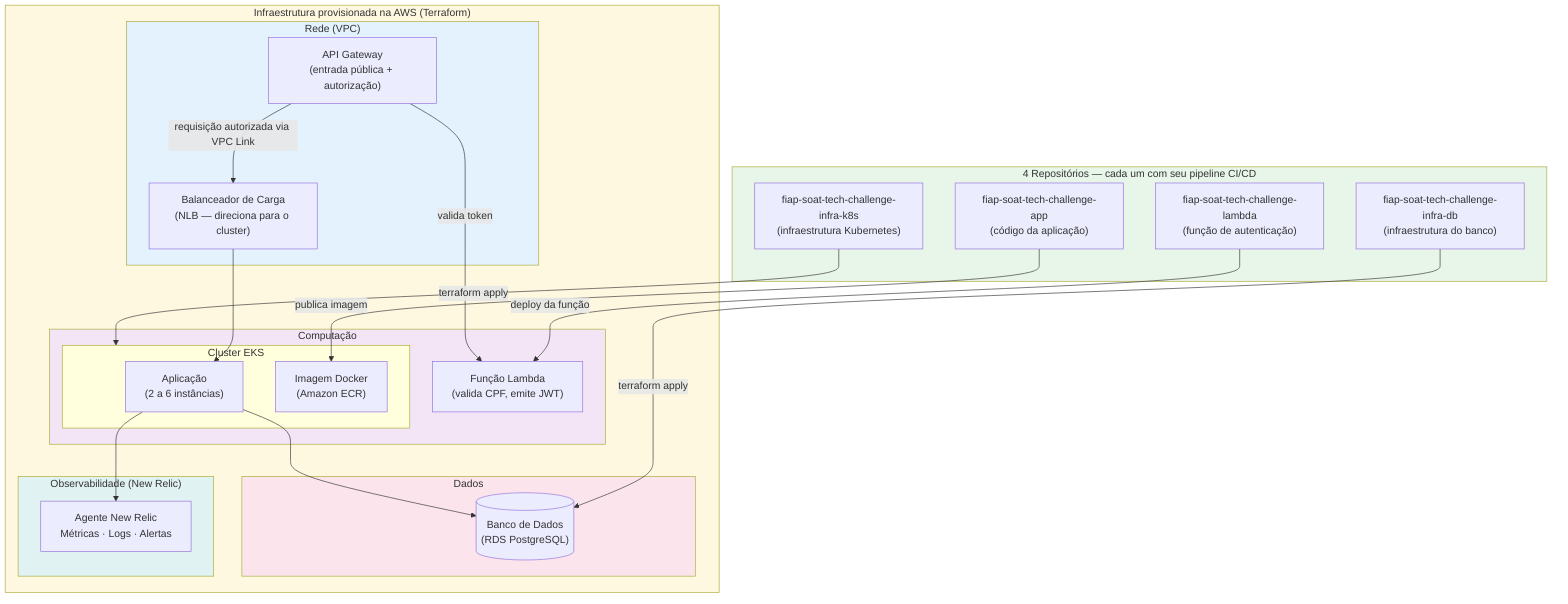
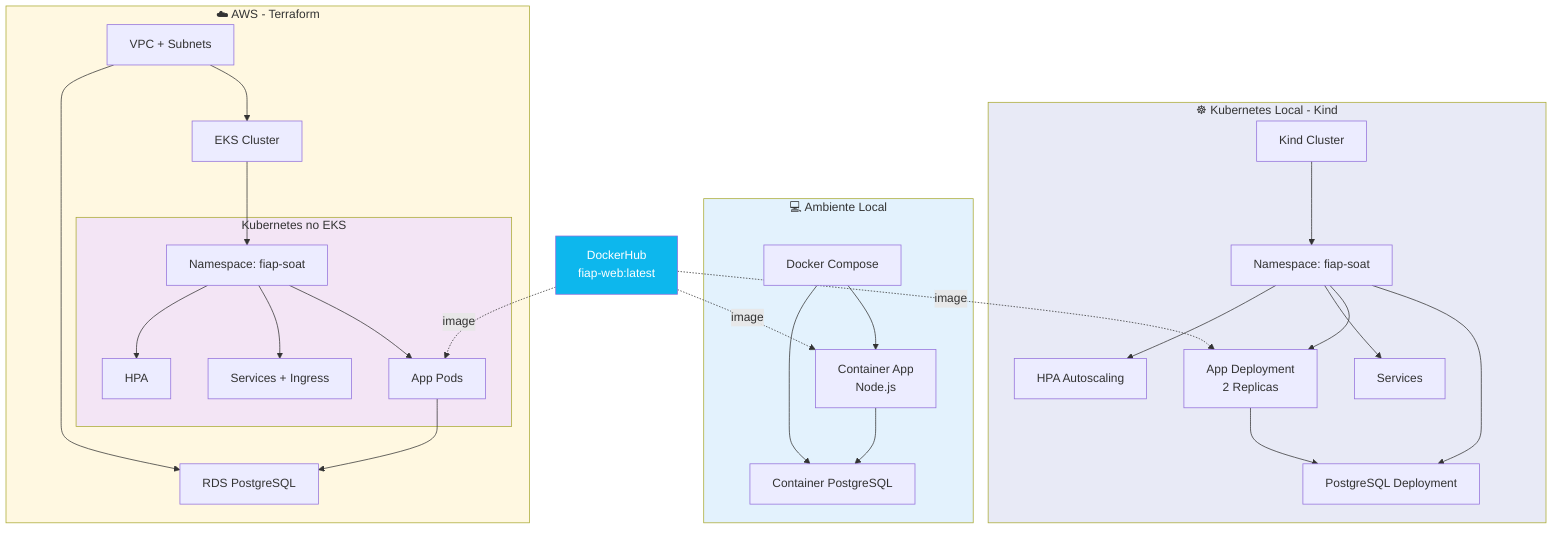
flowchart TB
-     subgraph Repos["4 Repositórios — cada um com seu pipeline CI/CD"]
-         REPO_APP["fiap-soat-tech-challenge-app\n(código da aplicação)"]
-         REPO_LAMBDA["fiap-soat-tech-challenge-lambda\n(função de autenticação)"]
-         REPO_K8S["fiap-soat-tech-challenge-infra-k8s\n(infraestrutura Kubernetes)"]
-         REPO_DB["fiap-soat-tech-challenge-infra-db\n(infraestrutura do banco)"]
+     subgraph Local["💻 Ambiente Local"]
+         DC[Docker Compose]
+         APP_C[Container App<br/>Node.js]
+         PG_C[Container PostgreSQL]
+ 
+         DC --> APP_C & PG_C
+         APP_C --> PG_C
    end

-     subgraph AWS["Infraestrutura provisionada na AWS (Terraform)"]
-         subgraph Rede["Rede (VPC)"]
-             APIGW["API Gateway\n(entrada pública + autorização)"]
-             NLB["Balanceador de Carga\n(NLB — direciona para o cluster)"]
+     subgraph Kind["☸️ Kubernetes Local - Kind"]
+         K_CLUSTER[Kind Cluster]
+         K_NS[Namespace: fiap-soat]
+         K_PG[PostgreSQL Deployment]
+         K_APP[App Deployment<br/>2 Replicas]
+         K_SVC[Services]
+         K_HPA[HPA Autoscaling]
+ 
+         K_CLUSTER --> K_NS
+         K_NS --> K_PG & K_APP
+         K_NS --> K_SVC & K_HPA
+         K_APP --> K_PG
+     end
+ 
+     subgraph AWS["☁️ AWS - Terraform"]
+         VPC[VPC + Subnets]
+         EKS[EKS Cluster]
+         RDS[RDS PostgreSQL]
+ 
+         subgraph K8s_AWS["Kubernetes no EKS"]
+             AWS_NS[Namespace: fiap-soat]
+             AWS_APP[App Pods]
+             AWS_SVC[Services + Ingress]
+             AWS_HPA[HPA]
        end

-         subgraph Computacao["Computação"]
-             LAMBDA_FN["Função Lambda\n(valida CPF, emite JWT)"]
-             subgraph EKS["Cluster EKS"]
-                 PODS["Aplicação\n(2 a 6 instâncias)"]
-                 ECR_IMG["Imagem Docker\n(Amazon ECR)"]
-             end
-         end
- 
-         subgraph Dados["Dados"]
-             RDS[("Banco de Dados\n(RDS PostgreSQL)")]
-         end
- 
-         subgraph Observabilidade["Observabilidade (New Relic)"]
-             NR["Agente New Relic\nMétricas · Logs · Alertas"]
-         end
+         VPC --> EKS & RDS
+         EKS --> AWS_NS
+         AWS_NS --> AWS_APP & AWS_SVC & AWS_HPA
+         AWS_APP --> RDS
    end

-     REPO_APP -->|"publica imagem"| ECR_IMG
-     REPO_LAMBDA -->|"deploy da função"| LAMBDA_FN
-     REPO_K8S -->|"terraform apply"| EKS
-     REPO_DB -->|"terraform apply"| RDS
+     DOCKER[DockerHub<br/>fiap-web:latest] -.image.-> APP_C & K_APP & AWS_APP

-     APIGW -->|"requisição autorizada via VPC Link"| NLB
-     APIGW -->|"valida token"| LAMBDA_FN
-     NLB --> PODS
-     PODS --> RDS
-     PODS --> NR
- 
-     style Repos fill:#e8f5e9
+     style Local fill:#e3f2fd
+     style Kind fill:#e8eaf6
    style AWS fill:#fff8e1
-     style Rede fill:#e3f2fd
-     style Computacao fill:#f3e5f5
-     style Dados fill:#fce4ec
-     style Observabilidade fill:#e0f2f1
+     style K8s_AWS fill:#f3e5f5
+     style DOCKER fill:#0db7ed,color:#fff
